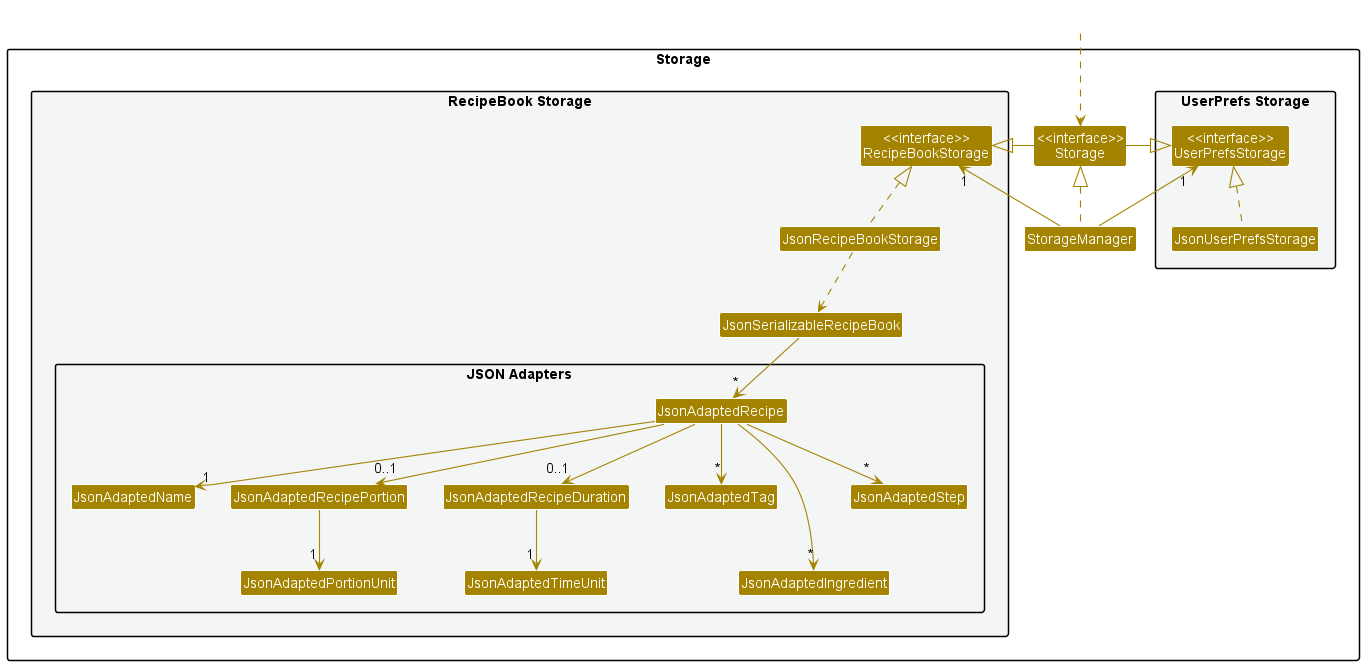
Earlier version of the PlantUML export docs/images/StorageClassDiagram.png (nus-cs2103-AY2223S2/tp).
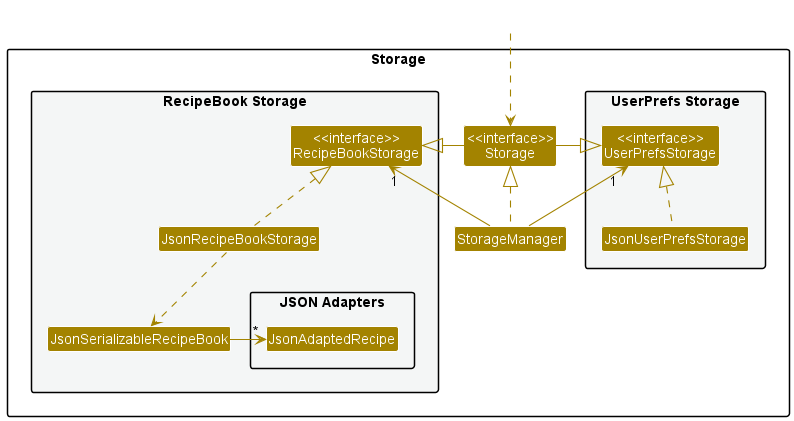
Later version of the same file.

Commit message:
Refactor JsonAdaptersDiagram out of StorageClassDiagram

Change to the diagram source:
```diff
@@ -20,14 +20,6 @@
 Class JsonSerializableRecipeBook
 Package "JSON Adapters" {
 Class JsonAdaptedRecipe
-Class JsonAdaptedName
-Class JsonAdaptedRecipePortion
-Class JsonAdaptedPortionUnit
-Class JsonAdaptedRecipeDuration
-Class JsonAdaptedTimeUnit
-Class JsonAdaptedTag
-Class JsonAdaptedIngredient
-Class JsonAdaptedStep
 }
 }
 
@@ -48,14 +40,6 @@
 JsonUserPrefsStorage .up.|> UserPrefsStorage
 JsonRecipeBookStorage .up.|> RecipeBookStorage
 JsonRecipeBookStorage ..> JsonSerializableRecipeBook
-JsonSerializableRecipeBook --> "*" JsonAdaptedRecipe
-JsonAdaptedRecipe --> "1" JsonAdaptedName
-JsonAdaptedRecipe --> "0..1" JsonAdaptedRecipePortion
-JsonAdaptedRecipePortion --> "1" JsonAdaptedPortionUnit
-JsonAdaptedRecipe --> "0..1" JsonAdaptedRecipeDuration
-JsonAdaptedRecipeDuration --> "1" JsonAdaptedTimeUnit
-JsonAdaptedRecipe --> "*" JsonAdaptedTag
-JsonAdaptedRecipe ---> "*" JsonAdaptedIngredient
-JsonAdaptedRecipe --> "*" JsonAdaptedStep
+JsonSerializableRecipeBook -> "*" JsonAdaptedRecipe
 
 @enduml
```
